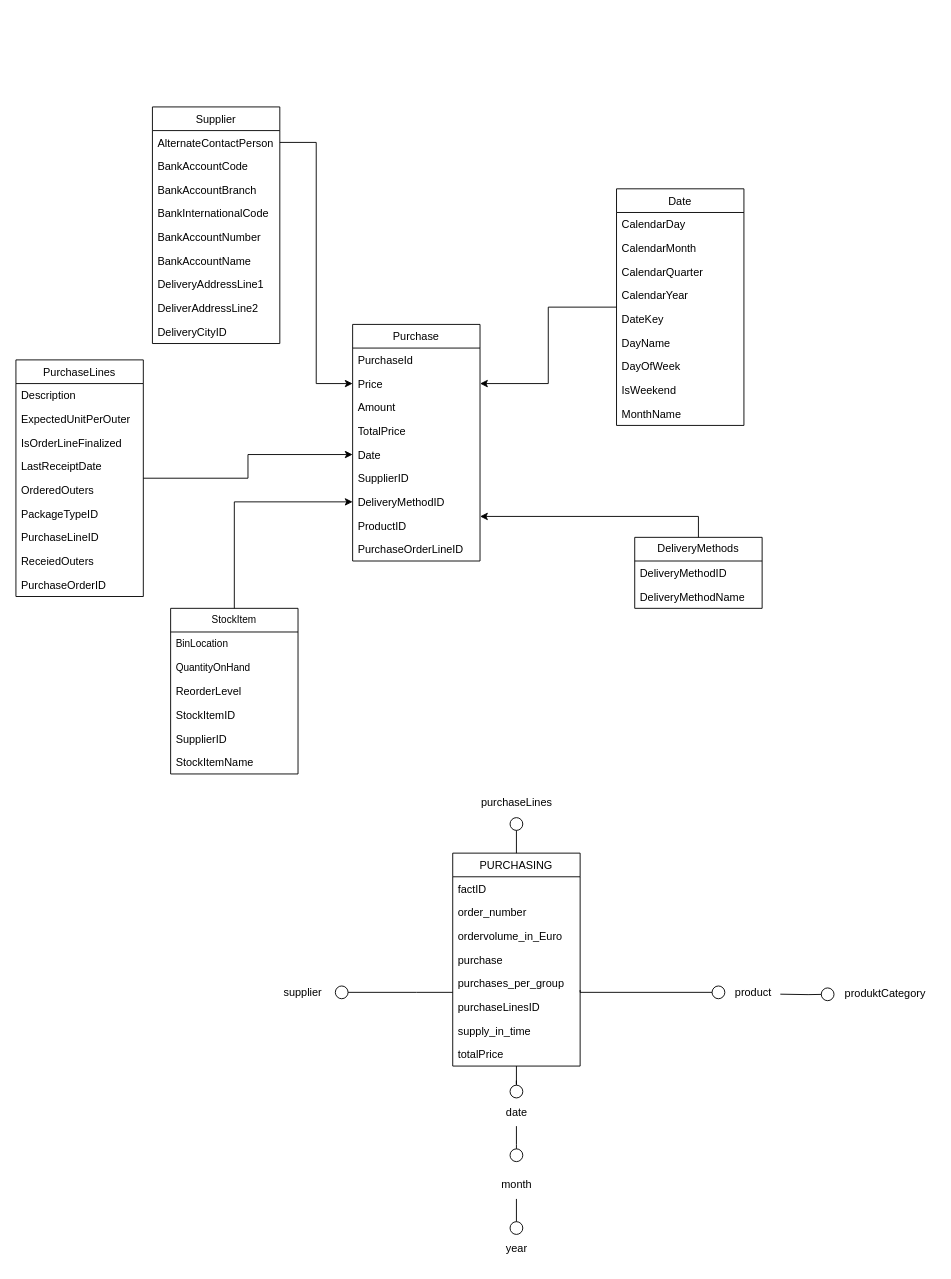
Lukas313/PR-DKE keeps this draw.io diagram as page "Einkauf" (6 of 7) of Datenbankmodell_Abgabe_neu.drawio. Above is the earlier version. Source tidied: cells renumbered, new cells numbered last; positions are measured from the earlier drawing's top-left corner, leaving out a move shared by most shapes. Both pictures are drawn from the tidied source at 91%, with x=0, y=0 at pixel (15, 106).
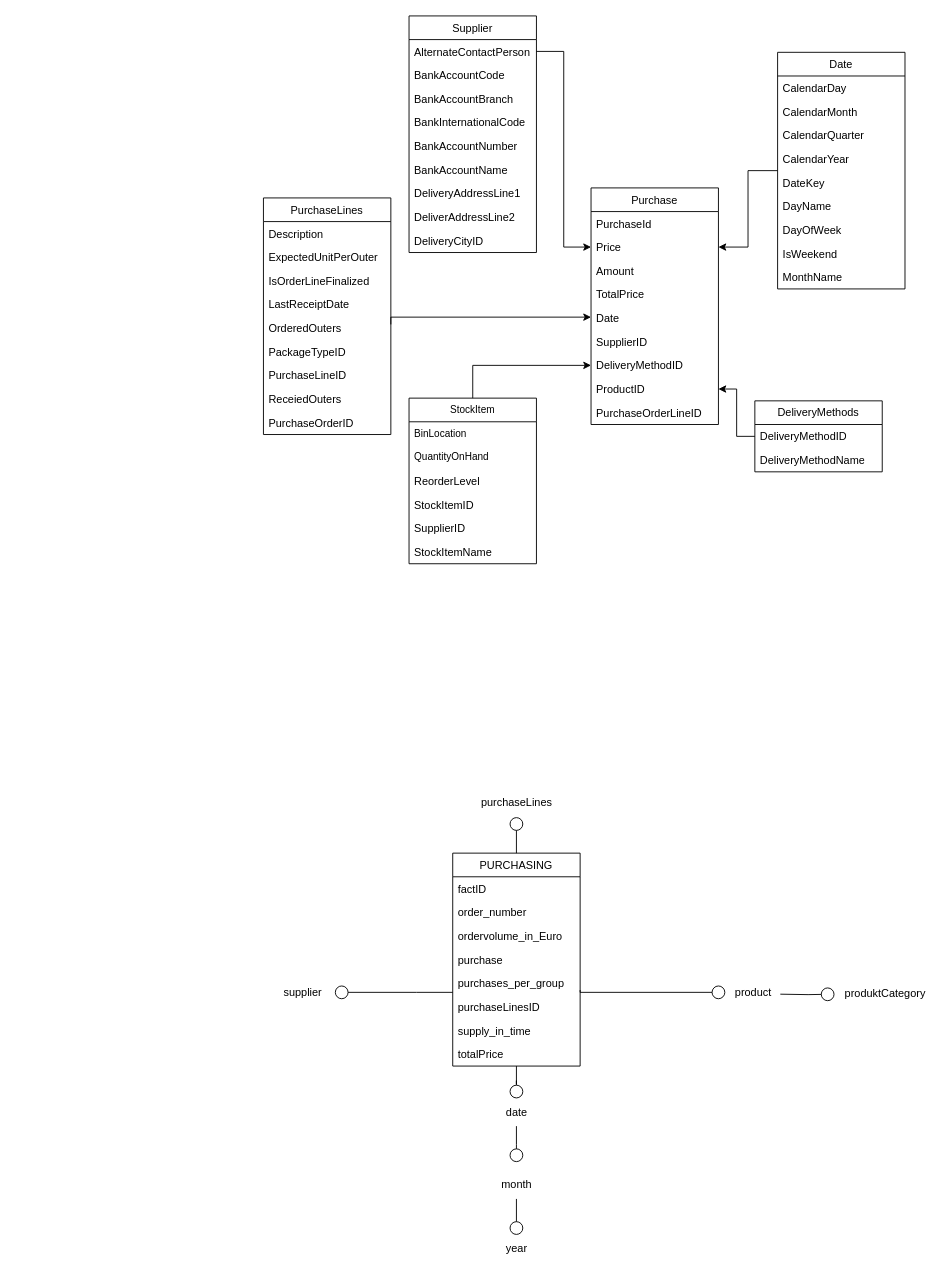
Above is the later version.

The change refers to these unchanged cells:
```xml
<mxCell id="28" value="Date" style="text;strokeColor=none;fillColor=none;align=left;verticalAlign=top;spacingLeft=4;spacingRight=4;overflow=hidden;points=[[0,0.5],[1,0.5]];portConstraint=eastwest;" parent="23" vertex="1">
  <mxGeometry y="130" width="140" height="26" as="geometry" />
</mxCell>
<mxCell id="31" value="ProductID" style="text;strokeColor=none;fillColor=none;align=left;verticalAlign=top;spacingLeft=4;spacingRight=4;overflow=hidden;points=[[0,0.5],[1,0.5]];portConstraint=eastwest;" parent="23" vertex="1">
  <mxGeometry y="208" width="140" height="26" as="geometry" />
</mxCell>
```

Diff of the diagram source:
```diff
@@
-    <mxCell id="2" style="edgeStyle=orthogonalEdgeStyle;shape=connector;rounded=0;jettySize=auto;html=1;entryX=0;entryY=0.5;entryDx=0;entryDy=0;labelBackgroundColor=default;strokeColor=default;align=center;verticalAlign=middle;fontFamily=Helvetica;fontSize=11;fontColor=default;endArrow=classic;" parent="1" edge="1" source="3" target="28">
-      <mxGeometry relative="1" as="geometry" />
+    <mxCell id="2" style="edgeStyle=orthogonalEdgeStyle;shape=connector;rounded=0;orthogonalLoop=1;jettySize=auto;html=1;entryX=0;entryY=0.5;entryDx=0;entryDy=0;labelBackgroundColor=default;strokeColor=default;align=center;verticalAlign=middle;fontFamily=Helvetica;fontSize=11;fontColor=default;endArrow=classic;" parent="1" edge="1">
+      <mxGeometry relative="1" as="geometry">
+        <mxPoint x="412" y="239" as="sourcePoint" />
+        <mxPoint x="632" y="231" as="targetPoint" />
+        <Array as="points">
+          <mxPoint x="412" y="231" />
+        </Array>
+      </mxGeometry>
     </mxCell>
     <mxCell id="3" value="PurchaseLines" style="swimlane;fontStyle=0;horizontal=1;startSize=26;fillColor=none;" parent="1" vertex="1">
-      <mxGeometry y="278" width="140" height="260" as="geometry" />
+      <mxGeometry x="272" y="100" width="140" height="260" as="geometry" />
     </mxCell>
@@
     <mxCell id="13" value="Supplier" style="swimlane;fontStyle=0;horizontal=1;startSize=26;fillColor=none;" parent="1" vertex="1">
-      <mxGeometry x="150" width="140" height="260" as="geometry" />
+      <mxGeometry x="432" y="-100" width="140" height="260" as="geometry" />
     </mxCell>
@@
     <mxCell id="23" value="Purchase" style="swimlane;fontStyle=0;horizontal=1;startSize=26;fillColor=none;" parent="1" vertex="1">
-      <mxGeometry x="370" y="239" width="140" height="260" as="geometry" />
+      <mxGeometry x="632" y="89" width="140" height="260" as="geometry" />
     </mxCell>
@@
     <mxCell id="34" value="Date" style="swimlane;fontStyle=0;horizontal=1;startSize=26;fillColor=none;" parent="1" vertex="1">
-      <mxGeometry x="660" y="90" width="140" height="260" as="geometry" />
+      <mxGeometry x="837" y="-60" width="140" height="260" as="geometry" />
     </mxCell>
@@
-    <mxCell id="68" style="edgeStyle=orthogonalEdgeStyle;rounded=0;jettySize=auto;html=1;" parent="1" edge="1" source="69">
-      <mxGeometry relative="1" as="geometry">
-        <mxPoint x="510" y="450" as="targetPoint" />
-        <Array as="points">
-          <mxPoint x="750" y="450" />
-          <mxPoint x="510" y="450" />
-        </Array>
-      </mxGeometry>
-    </mxCell>
+    <mxCell id="80" style="edgeStyle=orthogonalEdgeStyle;rounded=0;jettySize=auto;html=1;entryX=1;entryY=0.5;entryDx=0;entryDy=0;" parent="1" edge="1" source="69" target="31">
+      <mxGeometry relative="1" as="geometry" />
+    </mxCell>
     <mxCell id="69" value="DeliveryMethods" style="swimlane;fontStyle=0;horizontal=1;startSize=26;fillColor=none;whiteSpace=wrap;html=1;" parent="1" vertex="1">
-      <mxGeometry x="680" y="473" width="140" height="78" as="geometry" />
+      <mxGeometry x="812" y="323" width="140" height="78" as="geometry" />
     </mxCell>
@@
     <mxCell id="73" value="StockItem" style="swimlane;fontStyle=0;horizontal=1;startSize=26;fillColor=none;whiteSpace=wrap;html=1;fontFamily=Helvetica;fontSize=11;fontColor=default;" parent="1" vertex="1">
-      <mxGeometry x="170" y="551" width="140" height="182" as="geometry" />
+      <mxGeometry x="432" y="320" width="140" height="182" as="geometry" />
     </mxCell>
```
